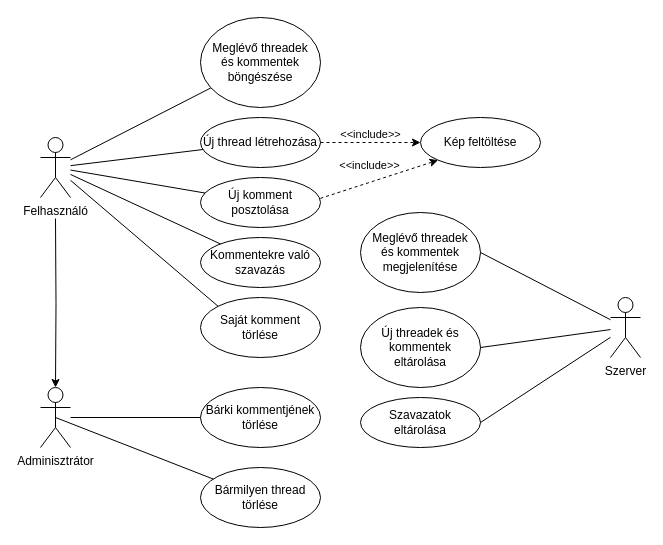
Before: specifikacio/uml/use-case.drawio in bonifacsolyom/SzakgyakChan, a draw.io diagram. Source tidied: cells renumbered, new cells numbered last; positions are measured from the earlier drawing's top-left corner, leaving out a move shared by most shapes. Both pictures are drawn from the tidied source at 100%, with x=0, y=0 at pixel (40, 17).
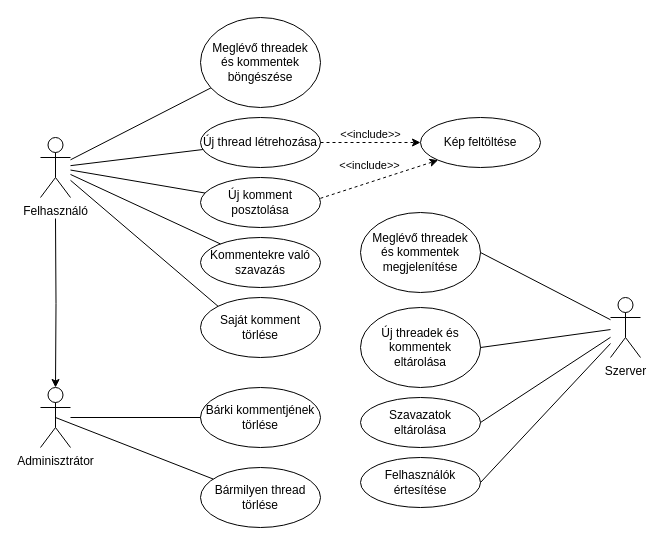
Above is the later version.

Commit message (it also covers changes not shown here):
Projekt átnevezése, újabb szekvenciadiagram hozzáadása

Unchanged cells that the change refers to:
```xml
<mxCell id="24" value="Szerver" style="shape=umlActor;verticalLabelPosition=bottom;verticalAlign=top;html=1;outlineConnect=0;" parent="1" vertex="1">
  <mxGeometry x="570" y="280" width="30" height="60" as="geometry" />
</mxCell>
```

The edit, as a diff of the source:
```diff
@@
+    <mxCell id="31" value="Felhasználók értesítése" style="ellipse;whiteSpace=wrap;html=1;" parent="1" vertex="1">
+      <mxGeometry x="320" y="440" width="120" height="50" as="geometry" />
+    </mxCell>
+    <mxCell id="32" style="endArrow=none;html=1;exitX=1;exitY=0.5;exitDx=0;exitDy=0;" parent="1" edge="1" source="31" target="24">
+      <mxGeometry relative="1" as="geometry" />
+    </mxCell>
```
